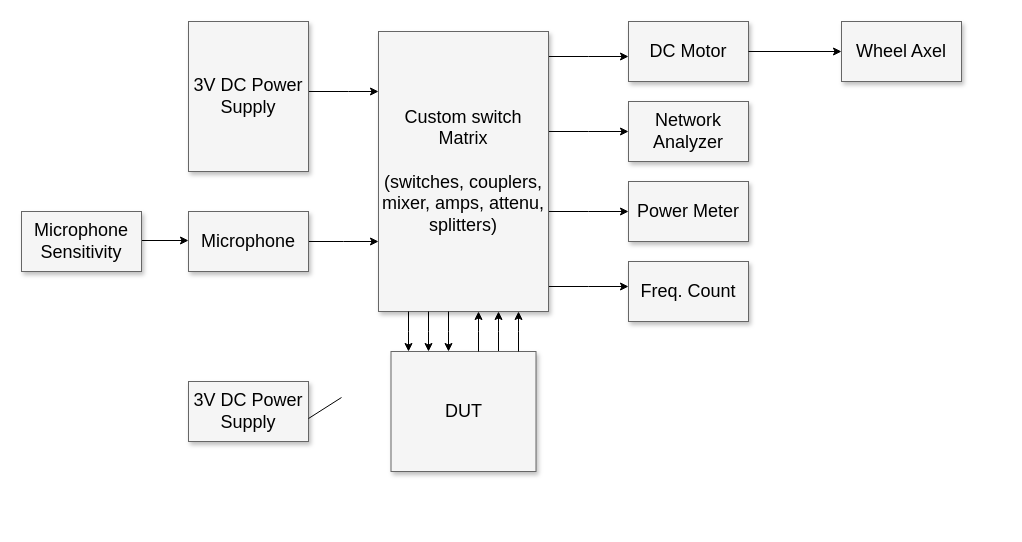
This is ESET350.drawio from Tay0z/Tay0z.github.io, a draw.io file, before an edit. Source tidied: cells renumbered, new cells numbered last; positions are measured from the earlier drawing's top-left corner, leaving out a move shared by most shapes. Both pictures are drawn from the tidied source at 100%, with x=0, y=0 at pixel (21, 21).
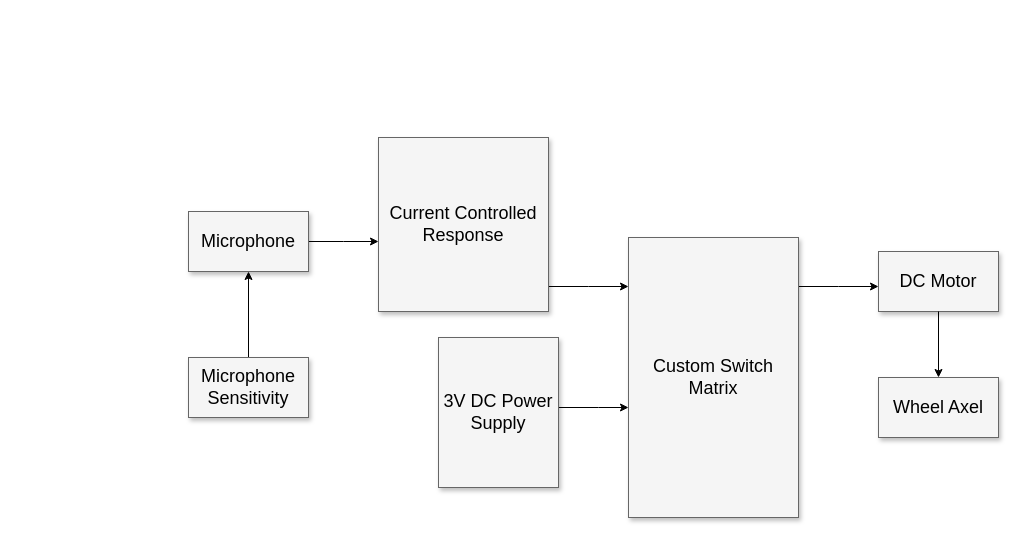
Above is the later version.

Unchanged cells that the change refers to:
```xml
<mxCell id="15" value="Microphone" style="whiteSpace=wrap;html=1;shadow=1;fontSize=18;fillColor=#f5f5f5;strokeColor=#666666;" parent="1" vertex="1">
  <mxGeometry x="167" y="190" width="120" height="60" as="geometry" />
</mxCell>
```

The edit, as a diff of the source:
```diff
@@
-    <mxCell id="2" style="edgeStyle=elbowEdgeStyle;rounded=0;html=1;startArrow=none;startFill=0;jettySize=auto;fontSize=18;elbow=vertical;" parent="1" edge="1" source="7" target="8">
-      <mxGeometry relative="1" as="geometry" />
+    <mxCell id="2" style="edgeStyle=elbowEdgeStyle;rounded=0;html=1;startArrow=none;startFill=0;jettySize=auto;fontSize=18;elbow=vertical;" parent="1" edge="1" target="8">
+      <mxGeometry relative="1" as="geometry">
+        <mxPoint x="777" y="265" as="sourcePoint" />
+      </mxGeometry>
     </mxCell>
-    <mxCell id="3" style="edgeStyle=elbowEdgeStyle;rounded=0;html=1;startArrow=none;startFill=0;jettySize=auto;fontSize=18;elbow=vertical;" parent="1" edge="1" source="7" target="9">
-      <mxGeometry relative="1" as="geometry" />
-    </mxCell>
-    <mxCell id="4" style="edgeStyle=elbowEdgeStyle;rounded=0;html=1;startArrow=none;startFill=0;jettySize=auto;fontSize=18;elbow=vertical;" parent="1" edge="1" source="7" target="10">
-      <mxGeometry relative="1" as="geometry" />
-    </mxCell>
-    <mxCell id="5" style="edgeStyle=elbowEdgeStyle;rounded=0;html=1;startArrow=none;startFill=0;jettySize=auto;fontSize=18;elbow=vertical;" parent="1" edge="1" source="7" target="11">
-      <mxGeometry relative="1" as="geometry" />
+    <mxCell id="5" style="edgeStyle=elbowEdgeStyle;rounded=0;html=1;startArrow=none;startFill=0;jettySize=auto;fontSize=18;elbow=vertical;" parent="1" edge="1" source="7">
+      <mxGeometry relative="1" as="geometry">
+        <mxPoint x="607" y="265" as="targetPoint" />
+      </mxGeometry>
     </mxCell>
-    <mxCell id="6" style="edgeStyle=elbowEdgeStyle;rounded=0;html=1;startArrow=none;startFill=0;jettySize=auto;fontSize=18;" parent="1" edge="1" source="16" target="7">
-      <mxGeometry relative="1" as="geometry">
-        <Array as="points">
-          <mxPoint x="477" y="310" />
-        </Array>
-      </mxGeometry>
-    </mxCell>
-    <mxCell id="7" value="Custom switch Matrix&lt;div&gt;&lt;br&gt;&lt;/div&gt;&lt;div&gt;(switches, couplers, mixer, amps, attenu, splitters)&lt;/div&gt;" style="whiteSpace=wrap;html=1;shadow=1;fontSize=18;fillColor=#f5f5f5;strokeColor=#666666;" parent="1" vertex="1">
-      <mxGeometry x="357" y="10" width="170" height="280" as="geometry" />
+    <mxCell id="7" value="Current Controlled Response" style="whiteSpace=wrap;html=1;shadow=1;fontSize=18;fillColor=#f5f5f5;strokeColor=#666666;" parent="1" vertex="1">
+      <mxGeometry x="357" y="116" width="170" height="174" as="geometry" />
     </mxCell>
     <mxCell id="8" value="DC Motor" style="whiteSpace=wrap;html=1;shadow=1;fontSize=18;fillColor=#f5f5f5;strokeColor=#666666;" parent="1" vertex="1">
-      <mxGeometry x="607" width="120" height="60" as="geometry" />
+      <mxGeometry x="857" y="230" width="120" height="60" as="geometry" />
     </mxCell>
-    <mxCell id="9" value="Network Analyzer" style="whiteSpace=wrap;html=1;shadow=1;fontSize=18;fillColor=#f5f5f5;strokeColor=#666666;" parent="1" vertex="1">
-      <mxGeometry x="607" y="80" width="120" height="60" as="geometry" />
-    </mxCell>
-    <mxCell id="10" value="Power Meter" style="whiteSpace=wrap;html=1;shadow=1;fontSize=18;fillColor=#f5f5f5;strokeColor=#666666;" parent="1" vertex="1">
-      <mxGeometry x="607" y="160" width="120" height="60" as="geometry" />
-    </mxCell>
-    <mxCell id="11" value="Freq. Count" style="whiteSpace=wrap;html=1;shadow=1;fontSize=18;fillColor=#f5f5f5;strokeColor=#666666;" parent="1" vertex="1">
-      <mxGeometry x="607" y="240" width="120" height="60" as="geometry" />
-    </mxCell>
-    <mxCell id="12" style="edgeStyle=elbowEdgeStyle;rounded=0;html=1;startArrow=none;startFill=0;jettySize=auto;fontSize=18;elbow=vertical;" parent="1" edge="1" source="13" target="7">
+    <mxCell id="12" style="edgeStyle=elbowEdgeStyle;rounded=0;html=1;startArrow=none;startFill=0;jettySize=auto;fontSize=18;elbow=vertical;" parent="1" edge="1" source="13">
       <mxGeometry relative="1" as="geometry">
+        <mxPoint x="607" y="386" as="targetPoint" />
         <Array as="points">
-          <mxPoint x="327" y="70" />
+          <mxPoint x="577" y="386" />
         </Array>
       </mxGeometry>
     </mxCell>
     <mxCell id="13" value="3V DC Power Supply" style="whiteSpace=wrap;html=1;shadow=1;fontSize=18;fillColor=#f5f5f5;strokeColor=#666666;" parent="1" vertex="1">
-      <mxGeometry x="167" width="120" height="150" as="geometry" />
+      <mxGeometry x="417" y="316" width="120" height="150" as="geometry" />
     </mxCell>
@@
-    <mxCell id="16" value="DUT" style="whiteSpace=wrap;html=1;shadow=1;fontSize=18;fillColor=#f5f5f5;strokeColor=#666666;" parent="1" vertex="1">
-      <mxGeometry x="369.5" y="330" width="145" height="120" as="geometry" />
-    </mxCell>
-    <mxCell id="17" value="3V DC Power Supply" style="whiteSpace=wrap;html=1;shadow=1;fontSize=18;fillColor=#f5f5f5;strokeColor=#666666;" parent="1" vertex="1">
-      <mxGeometry x="167" y="360" width="120" height="60" as="geometry" />
-    </mxCell>
-    <mxCell id="18" style="edgeStyle=elbowEdgeStyle;rounded=0;html=1;startArrow=none;startFill=0;jettySize=auto;fontSize=18;" parent="1" edge="1" source="16" target="7">
-      <mxGeometry relative="1" as="geometry">
-        <Array as="points">
-          <mxPoint x="497" y="310" />
-          <mxPoint x="477" y="310" />
-        </Array>
-      </mxGeometry>
-    </mxCell>
-    <mxCell id="19" style="edgeStyle=elbowEdgeStyle;rounded=0;html=1;startArrow=none;startFill=0;jettySize=auto;orthogonalLoop=1;fontSize=18;" parent="1" edge="1">
-      <mxGeometry relative="1" as="geometry">
-        <mxPoint x="457" y="330" as="sourcePoint" />
-        <mxPoint x="457" y="290" as="targetPoint" />
-        <Array as="points">
-          <mxPoint x="457" y="310" />
-          <mxPoint x="457" y="310" />
-        </Array>
-      </mxGeometry>
-    </mxCell>
-    <mxCell id="20" style="edgeStyle=elbowEdgeStyle;rounded=0;html=1;startArrow=none;startFill=0;jettySize=auto;orthogonalLoop=1;fontSize=18;" parent="1" edge="1">
-      <mxGeometry relative="1" as="geometry">
-        <mxPoint x="427" y="290" as="sourcePoint" />
-        <mxPoint x="427" y="330" as="targetPoint" />
-        <Array as="points">
-          <mxPoint x="427" y="310" />
-          <mxPoint x="457" y="320" />
-        </Array>
-      </mxGeometry>
-    </mxCell>
-    <mxCell id="21" style="edgeStyle=elbowEdgeStyle;rounded=0;html=1;startArrow=none;startFill=0;jettySize=auto;orthogonalLoop=1;fontSize=18;" parent="1" edge="1">
-      <mxGeometry relative="1" as="geometry">
-        <mxPoint x="407" y="290" as="sourcePoint" />
-        <mxPoint x="407" y="330" as="targetPoint" />
-        <Array as="points">
-          <mxPoint x="407" y="310" />
-          <mxPoint x="437" y="320" />
-        </Array>
-      </mxGeometry>
-    </mxCell>
-    <mxCell id="22" style="edgeStyle=elbowEdgeStyle;rounded=0;html=1;startArrow=none;startFill=0;jettySize=auto;orthogonalLoop=1;fontSize=18;" parent="1" edge="1">
-      <mxGeometry relative="1" as="geometry">
-        <mxPoint x="387" y="290" as="sourcePoint" />
-        <mxPoint x="387" y="330" as="targetPoint" />
-        <Array as="points">
-          <mxPoint x="387" y="310" />
-          <mxPoint x="417" y="320" />
-        </Array>
-      </mxGeometry>
-    </mxCell>
-    <mxCell id="23" style="endArrow=none;html=1;rounded=0;exitX=1;exitY=0.617;exitDx=0;exitDy=0;exitPerimeter=0;" parent="1" edge="1" source="17">
-      <mxGeometry relative="1" as="geometry">
-        <mxPoint x="320" y="376" as="targetPoint" />
-      </mxGeometry>
-    </mxCell>
-    <mxCell id="24" style="endArrow=classic;html=1;rounded=0;" parent="1" edge="1">
-      <mxGeometry relative="1" as="geometry">
-        <mxPoint x="117" y="219" as="sourcePoint" />
-        <mxPoint x="167" y="219" as="targetPoint" />
-      </mxGeometry>
+    <mxCell id="24" style="endArrow=classic;html=1;rounded=0;entryX=0.5;entryY=1;entryDx=0;entryDy=0;exitX=0.5;exitY=0;exitDx=0;exitDy=0;" parent="1" edge="1" source="27" target="15">
+      <mxGeometry relative="1" as="geometry" />
     </mxCell>
-    <mxCell id="25" style="endArrow=classic;html=1;rounded=0;exitX=1;exitY=0.5;exitDx=0;exitDy=0;" parent="1" edge="1" source="8">
-      <mxGeometry relative="1" as="geometry">
-        <mxPoint x="820" y="30" as="targetPoint" />
-      </mxGeometry>
+    <mxCell id="25" style="endArrow=classic;html=1;rounded=0;exitX=0.5;exitY=1;exitDx=0;exitDy=0;entryX=0.5;entryY=0;entryDx=0;entryDy=0;" parent="1" edge="1" source="8" target="26">
+      <mxGeometry relative="1" as="geometry" />
     </mxCell>
     <mxCell id="26" value="Wheel Axel" style="whiteSpace=wrap;html=1;shadow=1;fontSize=18;fillColor=#f5f5f5;strokeColor=#666666;" parent="1" vertex="1">
-      <mxGeometry x="820" width="120" height="60" as="geometry" />
+      <mxGeometry x="857" y="356" width="120" height="60" as="geometry" />
     </mxCell>
     <mxCell id="27" value="Microphone Sensitivity" style="whiteSpace=wrap;html=1;shadow=1;fontSize=18;fillColor=#f5f5f5;strokeColor=#666666;" parent="1" vertex="1">
-      <mxGeometry y="190" width="120" height="60" as="geometry" />
+      <mxGeometry x="167" y="336" width="120" height="60" as="geometry" />
     </mxCell>
+    <mxCell id="28" value="Custom Switch Matrix" style="whiteSpace=wrap;html=1;shadow=1;fontSize=18;fillColor=#f5f5f5;strokeColor=#666666;" parent="1" vertex="1">
+      <mxGeometry x="607" y="216" width="170" height="280" as="geometry" />
+    </mxCell>
```
